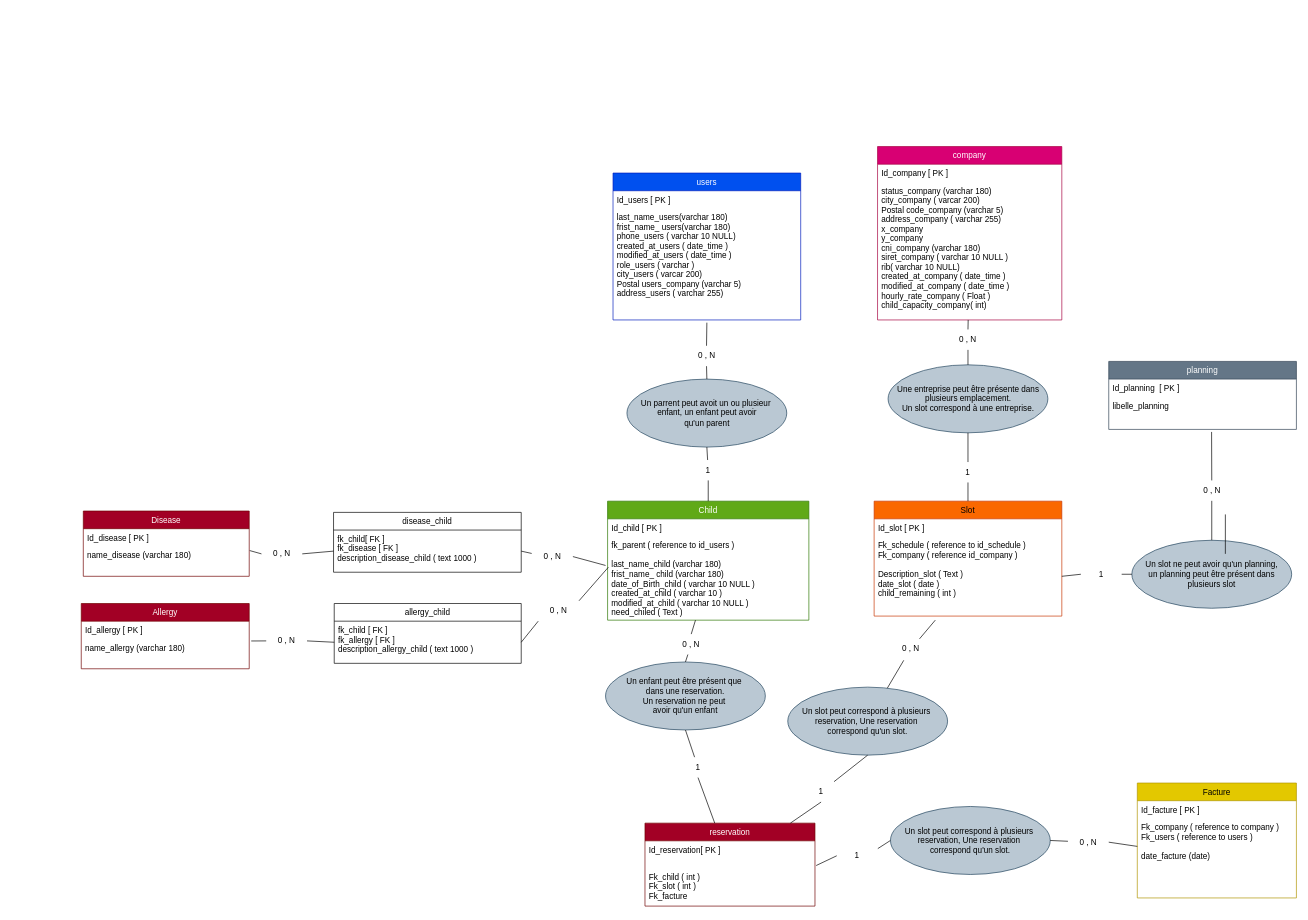
Above: app/Database/MCD/v1.drawio in maxencelgy/Grenouillere (draw.io), before the change. Source tidied: cells renumbered, new cells numbered last; positions are measured from the earlier drawing's top-left corner, leaving out a move shared by most shapes. Both pictures are drawn from the tidied source at 68%, with x=0, y=0 at pixel (81, 146).
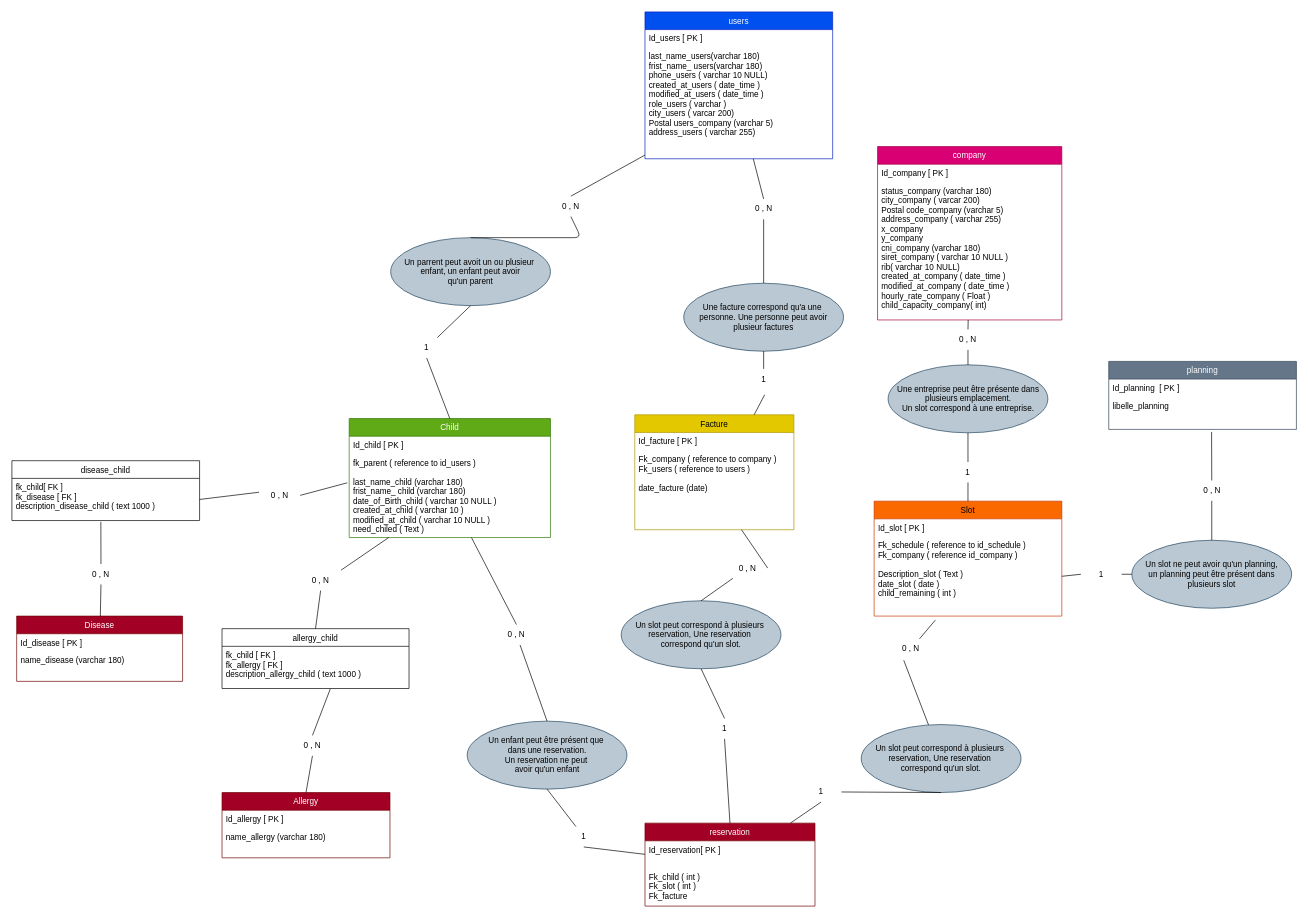
Above is the later version.

Commit message:
modif MCD

Unchanged cells that the change refers to:
```xml
<mxCell id="4" value="last_name_users(varchar 180)&#10;frist_name_ users(varchar 180)&#10;phone_users ( varchar 10 NULL)&#10;created_at_users ( date_time )&#10;modified_at_users ( date_time )&#10;role_users ( varchar ) &#10;city_users ( varcar 200)&#10;Postal users_company (varchar 5)&#10;address_users ( varchar 255)   &#10;" style="text;strokeColor=none;fillColor=none;align=left;verticalAlign=top;spacingLeft=4;spacingRight=4;overflow=hidden;points=[[0,0.5],[1,0.5]];portConstraint=eastwest;" parent="2" vertex="1">
  <mxGeometry y="52" width="276" height="164" as="geometry" />
</mxCell>
<mxCell id="10" value="fk_parent ( reference to id_users )&#10;&#10;last_name_child (varchar 180)&#10;frist_name_ child (varchar 180)&#10;date_of_Birth_child ( varchar 10 NULL )&#10;created_at_child ( varchar 10 )&#10;modified_at_child ( varchar 10 NULL )&#10;need_chiled ( Text )&#10;" style="text;strokeColor=none;fillColor=none;align=left;verticalAlign=top;spacingLeft=4;spacingRight=4;overflow=hidden;points=[[0,0.5],[1,0.5]];portConstraint=eastwest;" parent="8" vertex="1">
  <mxGeometry y="52" width="296" height="123" as="geometry" />
</mxCell>
<mxCell id="12" value="Id_allergy [ PK ]" style="text;strokeColor=none;fillColor=none;align=left;verticalAlign=top;spacingLeft=4;spacingRight=4;overflow=hidden;points=[[0,0.5],[1,0.5]];portConstraint=eastwest;" parent="11" vertex="1">
  <mxGeometry y="26" width="247" height="26" as="geometry" />
</mxCell>
<mxCell id="16" value="name_disease (varchar 180)&#10;" style="text;strokeColor=none;fillColor=none;align=left;verticalAlign=top;spacingLeft=4;spacingRight=4;overflow=hidden;points=[[0,0.5],[1,0.5]];portConstraint=eastwest;" parent="14" vertex="1">
  <mxGeometry y="52" width="244" height="44" as="geometry" />
</mxCell>
<mxCell id="18" value="fk_child[ FK ]&#10;fk_disease [ FK ]&#10;description_disease_child ( text 1000 )" style="text;strokeColor=none;fillColor=none;align=left;verticalAlign=top;spacingLeft=4;spacingRight=4;overflow=hidden;points=[[0,0.5],[1,0.5]];portConstraint=eastwest;" parent="17" vertex="1">
  <mxGeometry y="26" width="276" height="62" as="geometry" />
</mxCell>
<mxCell id="20" value="fk_child [ FK ]&#10;fk_allergy [ FK ]&#10;description_allergy_child ( text 1000 )" style="text;strokeColor=none;fillColor=none;align=left;verticalAlign=top;spacingLeft=4;spacingRight=4;overflow=hidden;points=[[0,0.5],[1,0.5]];portConstraint=eastwest;" parent="19" vertex="1">
  <mxGeometry y="26" width="275" height="62" as="geometry" />
</mxCell>
<mxCell id="35" value="reservation" style="swimlane;fontStyle=0;horizontal=1;startSize=26;fillColor=#a20025;fontColor=#ffffff;strokeColor=#6F0000;" parent="1" vertex="1">
  <mxGeometry x="829" y="995" width="250" height="122" as="geometry" />
</mxCell>
<mxCell id="37" value="&#10;Fk_child ( int )&#10;Fk_slot ( int )&#10;Fk_facture&#10;" style="text;strokeColor=none;fillColor=none;align=left;verticalAlign=top;spacingLeft=4;spacingRight=4;overflow=hidden;points=[[0,0.5],[1,0.5]];portConstraint=eastwest;" parent="35" vertex="1">
  <mxGeometry y="52" width="250" height="70" as="geometry" />
</mxCell>
```

The edit, as a diff of the source:
```diff
@@
     <mxCell id="2" value="users" style="swimlane;fontStyle=0;horizontal=1;startSize=26;fillColor=#0050ef;fontColor=#ffffff;strokeColor=#001DBC;" parent="1" vertex="1">
-      <mxGeometry x="782" y="39" width="276" height="216" as="geometry" />
+      <mxGeometry x="829" y="-198" width="276" height="216" as="geometry" />
     </mxCell>
@@
     <mxCell id="8" value="Child" style="swimlane;fontStyle=0;horizontal=1;startSize=26;fillColor=#60a917;fontColor=#ffffff;strokeColor=#2D7600;" parent="1" vertex="1">
-      <mxGeometry x="774" y="521.5" width="296" height="175" as="geometry" />
+      <mxGeometry x="394" y="400" width="296" height="175" as="geometry" />
     </mxCell>
@@
     <mxCell id="11" value="Allergy" style="swimlane;fontStyle=0;horizontal=1;startSize=26;fillColor=#a20025;strokeColor=#6F0000;fontColor=#ffffff;" parent="1" vertex="1">
-      <mxGeometry y="672" width="247" height="96" as="geometry" />
+      <mxGeometry x="207" y="950" width="247" height="96" as="geometry" />
     </mxCell>
@@
     <mxCell id="14" value="Disease" style="swimlane;fontStyle=0;horizontal=1;startSize=26;fillColor=#a20025;strokeColor=#6F0000;fontColor=#ffffff;" parent="1" vertex="1">
-      <mxGeometry x="3" y="536" width="244" height="96" as="geometry" />
+      <mxGeometry x="-95" y="690.5" width="244" height="96" as="geometry" />
     </mxCell>
@@
     <mxCell id="17" value="disease_child" style="swimlane;fontStyle=0;horizontal=1;startSize=26;" parent="1" vertex="1">
-      <mxGeometry x="371" y="538" width="276" height="88" as="geometry" />
+      <mxGeometry x="-102" y="462" width="276" height="88" as="geometry" />
     </mxCell>
@@
     <mxCell id="19" value="allergy_child" style="swimlane;fontStyle=0;horizontal=1;startSize=26;" parent="1" vertex="1">
-      <mxGeometry x="372" y="672" width="275" height="88" as="geometry" />
+      <mxGeometry x="207" y="709" width="275" height="88" as="geometry" />
     </mxCell>
@@
-    <mxCell id="21" style="endArrow=none;html=1;exitX=1;exitY=0.5;exitDx=0;exitDy=0;entryX=0;entryY=0.5;entryDx=0;entryDy=0;startArrow=none;" parent="1" edge="1" source="38" target="18">
+    <mxCell id="21" style="endArrow=none;html=1;exitX=0.5;exitY=0;exitDx=0;exitDy=0;entryX=0.474;entryY=1.031;entryDx=0;entryDy=0;startArrow=none;entryPerimeter=0;" parent="1" edge="1" source="38" target="18">
       <mxGeometry relative="1" as="geometry" />
     </mxCell>
-    <mxCell id="22" style="endArrow=none;html=1;exitX=1;exitY=0.5;exitDx=0;exitDy=0;entryX=0;entryY=0.5;entryDx=0;entryDy=0;startArrow=none;" parent="1" edge="1" source="40" target="20">
+    <mxCell id="22" style="endArrow=none;html=1;exitX=0.5;exitY=0;exitDx=0;exitDy=0;entryX=0.579;entryY=1.01;entryDx=0;entryDy=0;startArrow=none;entryPerimeter=0;" parent="1" edge="1" source="40" target="20">
       <mxGeometry relative="1" as="geometry" />
     </mxCell>
@@
-    <mxCell id="24" style="endArrow=none;html=1;exitX=0;exitY=1;exitDx=0;exitDy=0;entryX=1;entryY=0.5;entryDx=0;entryDy=0;startArrow=none;" parent="1" edge="1" source="44" target="20">
+    <mxCell id="24" style="endArrow=none;html=1;exitX=0.5;exitY=1;exitDx=0;exitDy=0;entryX=0.5;entryY=0;entryDx=0;entryDy=0;startArrow=none;" parent="1" edge="1" source="44" target="19">
       <mxGeometry relative="1" as="geometry" />
     </mxCell>
@@
     <mxCell id="32" value="Facture" style="swimlane;fontStyle=0;horizontal=1;startSize=26;fillColor=#e3c800;fontColor=#000000;strokeColor=#B09500;" parent="1" vertex="1">
-      <mxGeometry x="1553" y="936" width="234" height="169" as="geometry" />
+      <mxGeometry x="814" y="394.5" width="234" height="169" as="geometry" />
     </mxCell>
@@
     <mxCell id="38" value="0 , N" style="text;html=1;strokeColor=none;fillColor=none;align=center;verticalAlign=middle;whiteSpace=wrap;rounded=0;" parent="1" vertex="1">
-      <mxGeometry x="265" y="584" width="60" height="30" as="geometry" />
+      <mxGeometry x="-1" y="614" width="60" height="30" as="geometry" />
     </mxCell>
-    <mxCell id="39" style="endArrow=none;html=1;exitX=1.003;exitY=0.14;exitDx=0;exitDy=0;exitPerimeter=0;entryX=0;entryY=0.5;entryDx=0;entryDy=0;" parent="1" edge="1" source="16" target="38">
+    <mxCell id="39" style="endArrow=none;html=1;entryX=0.5;entryY=1;entryDx=0;entryDy=0;" parent="1" edge="1" source="14" target="38">
       <mxGeometry relative="1" as="geometry" />
     </mxCell>
     <mxCell id="40" value="0 , N" style="text;html=1;strokeColor=none;fillColor=none;align=center;verticalAlign=middle;whiteSpace=wrap;rounded=0;" parent="1" vertex="1">
-      <mxGeometry x="272" y="712" width="60" height="30" as="geometry" />
+      <mxGeometry x="310" y="866" width="60" height="30" as="geometry" />
     </mxCell>
-    <mxCell id="41" style="endArrow=none;html=1;exitX=1.012;exitY=1.12;exitDx=0;exitDy=0;entryX=0;entryY=0.5;entryDx=0;entryDy=0;exitPerimeter=0;" parent="1" edge="1" source="12" target="40">
+    <mxCell id="41" style="endArrow=none;html=1;exitX=0.5;exitY=0;exitDx=0;exitDy=0;entryX=0.5;entryY=1;entryDx=0;entryDy=0;" parent="1" edge="1" source="11" target="40">
       <mxGeometry relative="1" as="geometry" />
     </mxCell>
     <mxCell id="42" value="0 , N" style="text;html=1;strokeColor=none;fillColor=none;align=center;verticalAlign=middle;whiteSpace=wrap;rounded=0;" parent="1" vertex="1">
-      <mxGeometry x="663" y="588" width="60" height="30" as="geometry" />
+      <mxGeometry x="262" y="498" width="60" height="30" as="geometry" />
     </mxCell>
@@
     <mxCell id="44" value="0 , N" style="text;html=1;strokeColor=none;fillColor=none;align=center;verticalAlign=middle;whiteSpace=wrap;rounded=0;" parent="1" vertex="1">
-      <mxGeometry x="672" y="668" width="60" height="30" as="geometry" />
+      <mxGeometry x="322" y="623" width="60" height="30" as="geometry" />
     </mxCell>
-    <mxCell id="45" style="endArrow=none;html=1;exitX=0.004;exitY=0.367;exitDx=0;exitDy=0;exitPerimeter=0;entryX=1;entryY=0;entryDx=0;entryDy=0;" parent="1" edge="1" source="10" target="44">
+    <mxCell id="45" style="endArrow=none;html=1;entryX=1;entryY=0;entryDx=0;entryDy=0;" parent="1" edge="1" source="10" target="44">
       <mxGeometry relative="1" as="geometry" />
     </mxCell>
     <mxCell id="46" value="1" style="text;html=1;strokeColor=none;fillColor=none;align=center;verticalAlign=middle;whiteSpace=wrap;rounded=0;" parent="1" vertex="1">
-      <mxGeometry x="892" y="461" width="60" height="30" as="geometry" />
+      <mxGeometry x="478" y="281" width="60" height="30" as="geometry" />
     </mxCell>
     <mxCell id="47" value="0 , N" style="text;html=1;strokeColor=none;fillColor=none;align=center;verticalAlign=middle;whiteSpace=wrap;rounded=0;" parent="1" vertex="1">
-      <mxGeometry x="889.5" y="293" width="60" height="30" as="geometry" />
+      <mxGeometry x="690" y="73" width="60" height="30" as="geometry" />
     </mxCell>
-    <mxCell id="48" style="endArrow=none;html=1;entryX=0.5;entryY=0;entryDx=0;entryDy=0;" parent="1" edge="1" target="47">
-      <mxGeometry relative="1" as="geometry">
-        <mxPoint x="920" y="259" as="sourcePoint" />
-      </mxGeometry>
+    <mxCell id="48" style="endArrow=none;html=1;entryX=0.5;entryY=0;entryDx=0;entryDy=0;" parent="1" edge="1" source="4" target="47">
+      <mxGeometry relative="1" as="geometry" />
     </mxCell>
     <mxCell id="49" value="Un parrent peut avoit un ou plusieur&amp;nbsp;&lt;br&gt;enfant, un enfant peut avoir&lt;br&gt;qu'un parent" style="ellipse;whiteSpace=wrap;html=1;fillColor=#bac8d3;strokeColor=#23445d;" parent="1" vertex="1">
-      <mxGeometry x="802.5" y="342" width="235" height="100" as="geometry" />
+      <mxGeometry x="455" y="134" width="235" height="100" as="geometry" />
     </mxCell>
     <mxCell id="50" style="endArrow=none;html=1;exitX=0.5;exitY=0;exitDx=0;exitDy=0;entryX=0.5;entryY=1;entryDx=0;entryDy=0;" parent="1" edge="1" source="49" target="47">
-      <mxGeometry relative="1" as="geometry" />
+      <mxGeometry relative="1" as="geometry">
+        <Array as="points">
+          <mxPoint x="735" y="134" />
+        </Array>
+      </mxGeometry>
     </mxCell>
@@
     <mxCell id="66" value="Un enfant peut être présent que&amp;nbsp;&lt;br&gt;dans une reservation.&lt;br&gt;Un reservation ne peut&amp;nbsp;&lt;br&gt;avoir qu'un enfant" style="ellipse;whiteSpace=wrap;html=1;fillColor=#bac8d3;strokeColor=#23445d;" parent="1" vertex="1">
-      <mxGeometry x="771" y="758" width="235" height="100" as="geometry" />
+      <mxGeometry x="567.5" y="845" width="235" height="100" as="geometry" />
     </mxCell>
@@
     <mxCell id="69" value="0 , N" style="text;html=1;strokeColor=none;fillColor=none;align=center;verticalAlign=middle;whiteSpace=wrap;rounded=0;" parent="1" vertex="1">
-      <mxGeometry x="867" y="717" width="60" height="30" as="geometry" />
+      <mxGeometry x="610" y="703" width="60" height="30" as="geometry" />
     </mxCell>
@@
     <mxCell id="71" value="1" style="text;html=1;strokeColor=none;fillColor=none;align=center;verticalAlign=middle;whiteSpace=wrap;rounded=0;" parent="1" vertex="1">
-      <mxGeometry x="877" y="898" width="60" height="30" as="geometry" />
+      <mxGeometry x="709" y="1000" width="60" height="30" as="geometry" />
     </mxCell>
@@
     <mxCell id="73" value="Un slot peut correspond à plusieurs&amp;nbsp;&lt;br&gt;reservation, Une reservation&amp;nbsp;&lt;br&gt;correspond qu'un slot." style="ellipse;whiteSpace=wrap;html=1;fillColor=#bac8d3;strokeColor=#23445d;" parent="1" vertex="1">
-      <mxGeometry x="1039" y="795" width="235" height="100" as="geometry" />
+      <mxGeometry x="1147" y="850" width="235" height="100" as="geometry" />
     </mxCell>
@@
-    <mxCell id="75" style="endArrow=none;html=1;entryX=0.5;entryY=0;entryDx=0;entryDy=0;startArrow=none;exitX=0.5;exitY=1;exitDx=0;exitDy=0;" parent="1" edge="1">
-      <mxGeometry relative="1" as="geometry">
-        <mxPoint x="1682.5" y="541" as="sourcePoint" />
-        <mxPoint x="1682.5" y="599" as="targetPoint" />
-      </mxGeometry>
-    </mxCell>
@@
     <mxCell id="81" value="Un slot peut correspond à plusieurs&amp;nbsp;&lt;br&gt;reservation, Une reservation&amp;nbsp;&lt;br&gt;correspond qu'un slot." style="ellipse;whiteSpace=wrap;html=1;fillColor=#bac8d3;strokeColor=#23445d;" parent="1" vertex="1">
-      <mxGeometry x="1190" y="970.5" width="235" height="100" as="geometry" />
+      <mxGeometry x="794" y="668" width="235" height="100" as="geometry" />
     </mxCell>
-    <mxCell id="82" style="endArrow=none;html=1;startArrow=none;exitX=0;exitY=0.5;exitDx=0;exitDy=0;entryX=1.007;entryY=0.148;entryDx=0;entryDy=0;entryPerimeter=0;" parent="1" edge="1" source="86" target="37">
+    <mxCell id="82" style="endArrow=none;html=1;startArrow=none;exitX=0.5;exitY=1;exitDx=0;exitDy=0;entryX=0.5;entryY=0;entryDx=0;entryDy=0;" parent="1" edge="1" source="86" target="35">
       <mxGeometry relative="1" as="geometry" />
     </mxCell>
@@
     <mxCell id="84" value="0 , N" style="text;html=1;strokeColor=none;fillColor=none;align=center;verticalAlign=middle;whiteSpace=wrap;rounded=0;" parent="1" vertex="1">
-      <mxGeometry x="1451" y="1008" width="60" height="30" as="geometry" />
+      <mxGeometry x="949.5" y="605" width="60" height="30" as="geometry" />
     </mxCell>
-    <mxCell id="85" style="endArrow=none;html=1;startArrow=none;exitX=1;exitY=0.5;exitDx=0;exitDy=0;" parent="1" edge="1" source="81" target="84">
+    <mxCell id="85" style="endArrow=none;html=1;startArrow=none;exitX=0.5;exitY=0;exitDx=0;exitDy=0;" parent="1" edge="1" source="81" target="84">
       <mxGeometry relative="1" as="geometry" />
     </mxCell>
     <mxCell id="86" value="1" style="text;html=1;strokeColor=none;fillColor=none;align=center;verticalAlign=middle;whiteSpace=wrap;rounded=0;" parent="1" vertex="1">
-      <mxGeometry x="1111" y="1028" width="60" height="30" as="geometry" />
+      <mxGeometry x="916" y="841" width="60" height="30" as="geometry" />
     </mxCell>
-    <mxCell id="87" style="endArrow=none;html=1;startArrow=none;exitX=0;exitY=0.5;exitDx=0;exitDy=0;entryX=1.007;entryY=0.148;entryDx=0;entryDy=0;entryPerimeter=0;" parent="1" edge="1" source="81" target="86">
+    <mxCell id="87" style="endArrow=none;html=1;startArrow=none;exitX=0.5;exitY=1;exitDx=0;exitDy=0;entryX=0.5;entryY=0;entryDx=0;entryDy=0;" parent="1" edge="1" source="81" target="86">
       <mxGeometry relative="1" as="geometry" />
     </mxCell>
+    <mxCell id="88" value="Une facture correspond qu'a une&amp;nbsp;&lt;br&gt;personne. Une personne peut avoir&lt;br&gt;plusieur factures" style="ellipse;whiteSpace=wrap;html=1;fillColor=#bac8d3;strokeColor=#23445d;" parent="1" vertex="1">
+      <mxGeometry x="886" y="201" width="235" height="100" as="geometry" />
+    </mxCell>
+    <mxCell id="89" style="endArrow=none;html=1;exitX=0.5;exitY=0;exitDx=0;exitDy=0;" parent="1" edge="1" source="90" target="4">
+      <mxGeometry relative="1" as="geometry" />
+    </mxCell>
+    <mxCell id="90" value="0 , N" style="text;html=1;strokeColor=none;fillColor=none;align=center;verticalAlign=middle;whiteSpace=wrap;rounded=0;" parent="1" vertex="1">
+      <mxGeometry x="973.5" y="77" width="60" height="30" as="geometry" />
+    </mxCell>
+    <mxCell id="91" value="1" style="text;html=1;strokeColor=none;fillColor=none;align=center;verticalAlign=middle;whiteSpace=wrap;rounded=0;" parent="1" vertex="1">
+      <mxGeometry x="973.5" y="327" width="60" height="32" as="geometry" />
+    </mxCell>
+    <mxCell id="92" style="endArrow=none;html=1;exitX=0.5;exitY=1;exitDx=0;exitDy=0;entryX=0.5;entryY=0;entryDx=0;entryDy=0;" parent="1" edge="1" source="90" target="88">
+      <mxGeometry relative="1" as="geometry" />
+    </mxCell>
+    <mxCell id="93" style="endArrow=none;html=1;exitX=0.5;exitY=1;exitDx=0;exitDy=0;entryX=0.5;entryY=0;entryDx=0;entryDy=0;" parent="1" edge="1" source="88" target="91">
+      <mxGeometry relative="1" as="geometry" />
+    </mxCell>
+    <mxCell id="94" style="endArrow=none;html=1;exitX=0.75;exitY=0;exitDx=0;exitDy=0;" parent="1" edge="1" source="32">
+      <mxGeometry relative="1" as="geometry">
+        <mxPoint x="1005" y="365" as="targetPoint" />
+      </mxGeometry>
+    </mxCell>
```
